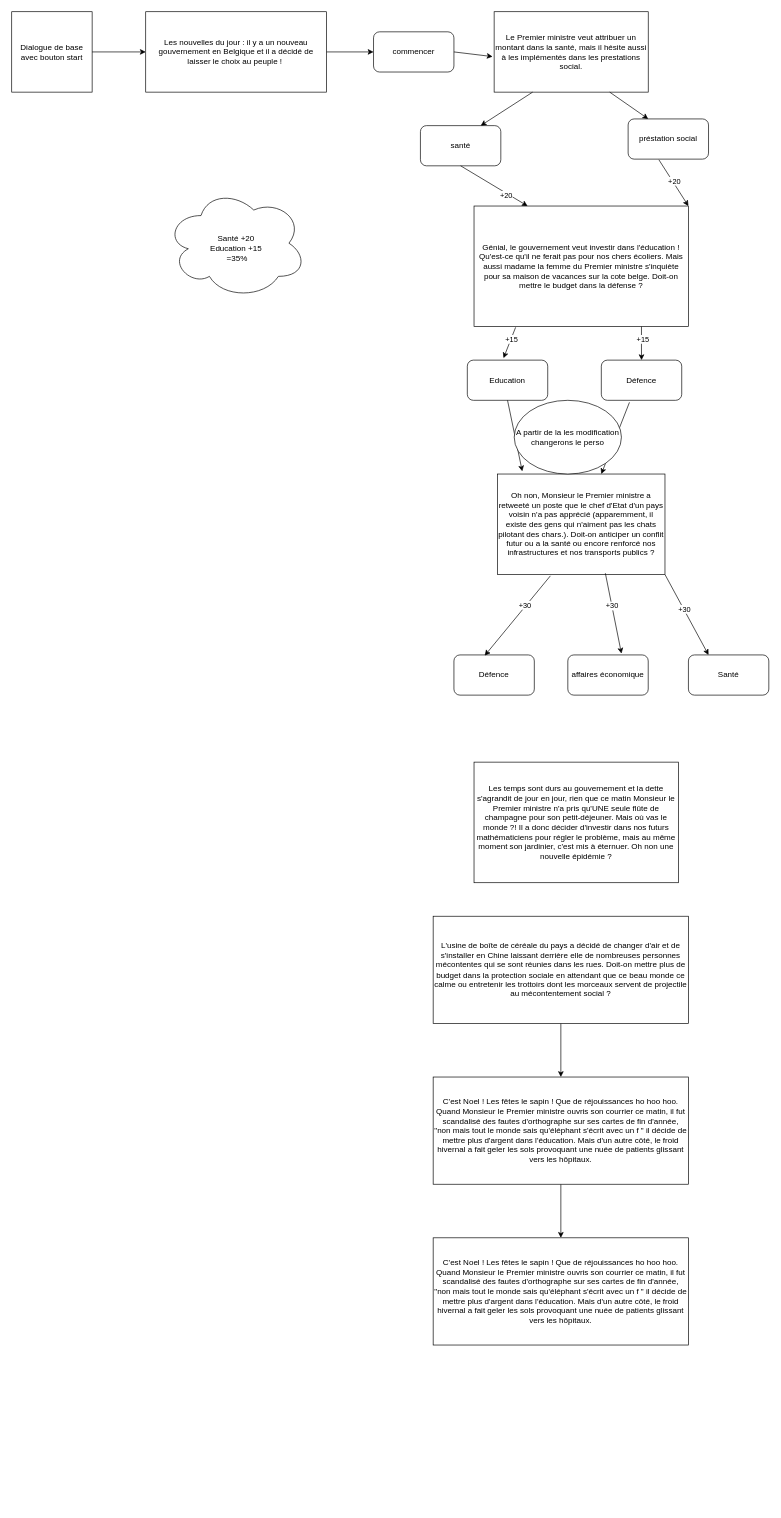
The draw.io diagram dialogues pas fini.drawio in ozpocv/HACKATHON-MyGouvernement.be, before the edit. Source tidied: cells renumbered, new cells numbered last; positions are measured from the earlier drawing's top-left corner, leaving out a move shared by most shapes. Both pictures are drawn from the tidied source at 67%, with x=0, y=0 at pixel (11, 11).
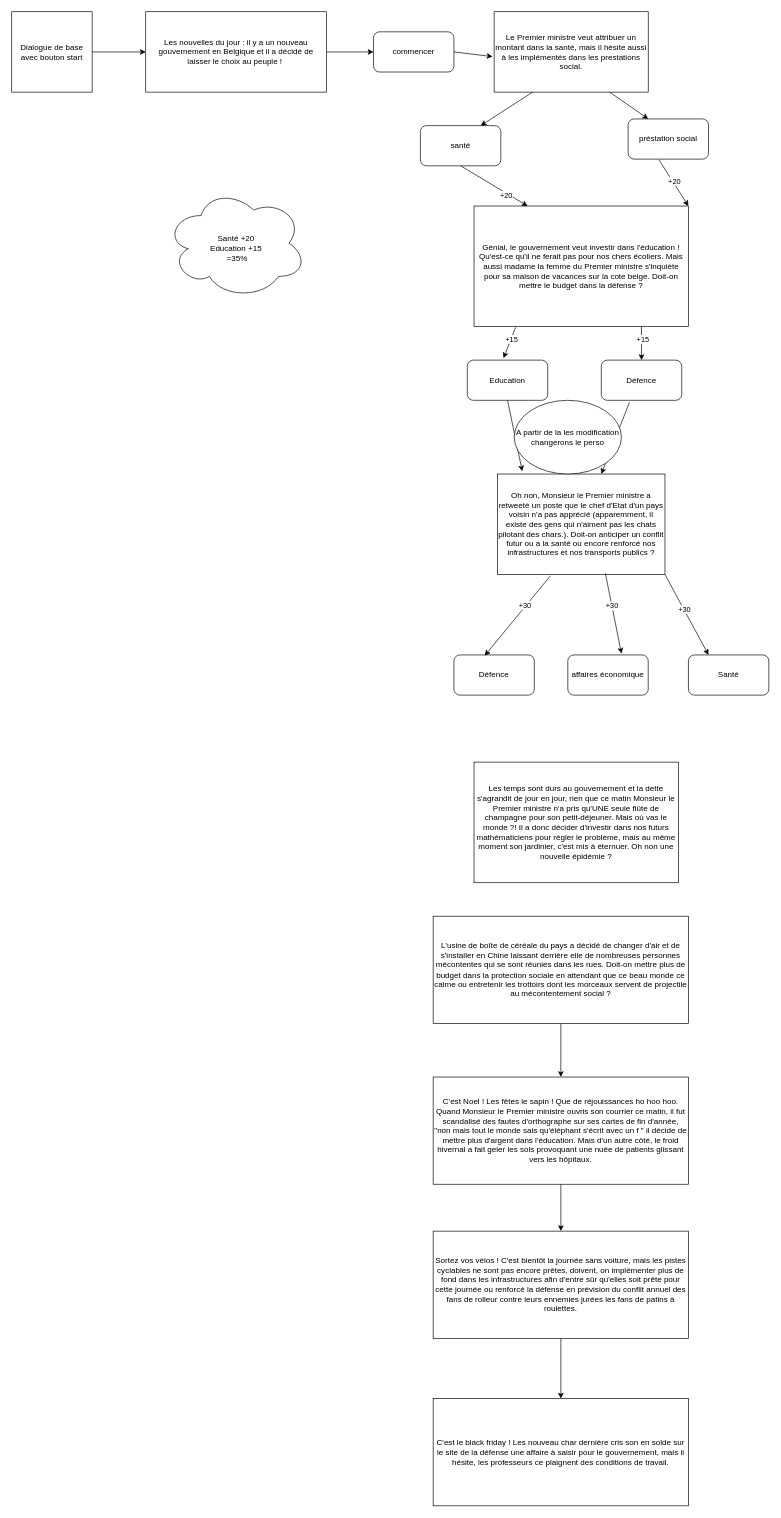
Above is the later version.

Diff of the diagram source:
```diff
@@
+    <mxCell id="44" style="edgeStyle=orthogonalEdgeStyle;rounded=0;jettySize=auto;html=1;" parent="1" edge="1" source="43" target="45">
+      <mxGeometry relative="1" as="geometry" />
+    </mxCell>
-    <mxCell id="43" value="C'est Noel ! Les fêtes le sapin ! Que de réjouissances ho hoo hoo. Quand Monsieur le Premier ministre ouvris son courrier ce matin, il fut scandalisé des fautes d'orthographe sur ses cartes de fin d'année, &quot;non mais tout le monde sais qu'éléphant s'écrit avec un f &quot; il décide de mettre plus d'argent dans l'éducation. Mais d'un autre côté, le froid hivernal a fait geler les sols provoquant une nuée de patients glissant vers les hôpitaux." style="whiteSpace=wrap;html=1;rounded=0;" parent="1" vertex="1">
-      <mxGeometry x="629" y="1830" width="381.2" height="160" as="geometry" />
+    <mxCell id="43" value="Sortez vos vélos ! C'est bientôt la journée sans voiture, mais les pistes cyclables ne sont pas encore prêtes, doivent, on implémenter plus de fond dans les infrastructures afin d'entre sûr qu'elles soit prête pour cette journée ou renforcé la défense en prévision du conflit annuel des fans de rolleur contre leurs ennemies jurées les fans de patins à roulettes." style="whiteSpace=wrap;html=1;rounded=0;" parent="1" vertex="1">
+      <mxGeometry x="629" y="1820" width="381.2" height="160" as="geometry" />
     </mxCell>
+    <mxCell id="45" value="C'est le black friday ! Les nouveau char dernière cris son en solde sur le site de la défense une affaire à saisir pour le gouvernement, mais il hésite, les professeurs ce plaignent des conditions de travail." style="whiteSpace=wrap;html=1;rounded=0;" parent="1" vertex="1">
+      <mxGeometry x="629" y="2070" width="381.2" height="160" as="geometry" />
+    </mxCell>
```
